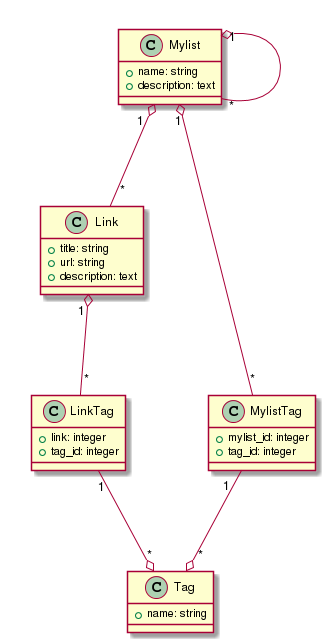
Earlier version of the PlantUML export model/table.png (gitter-badger/easy-linkst).
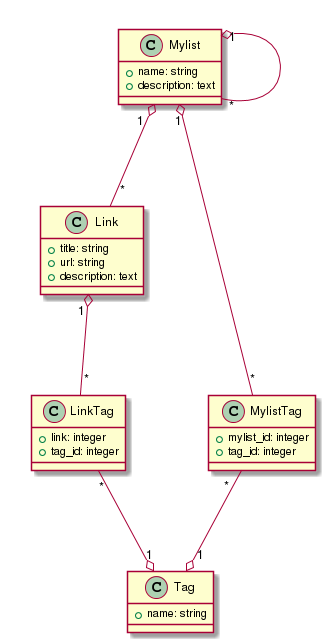
The same file after the commit.

Commit message:
(model/table) fix: TagとLinkTag, MylistTagの関係性が逆だったのを修正

The edit, as a diff of the source:
```diff
@@ -28,8 +28,10 @@
 Mylist "1" o-- "*" Mylist
 Mylist "1" o-- "*" Link
 Mylist "1" o-- "*" MylistTag
-MylistTag "1" --o "*" Tag
+
+MylistTag "*" --o "1" Tag
+LinkTag "*" --o "1" Tag
+
 Link "1" o-- "*" LinkTag
-LinkTag "1" --o "*" Tag
 
 @enduml
```
